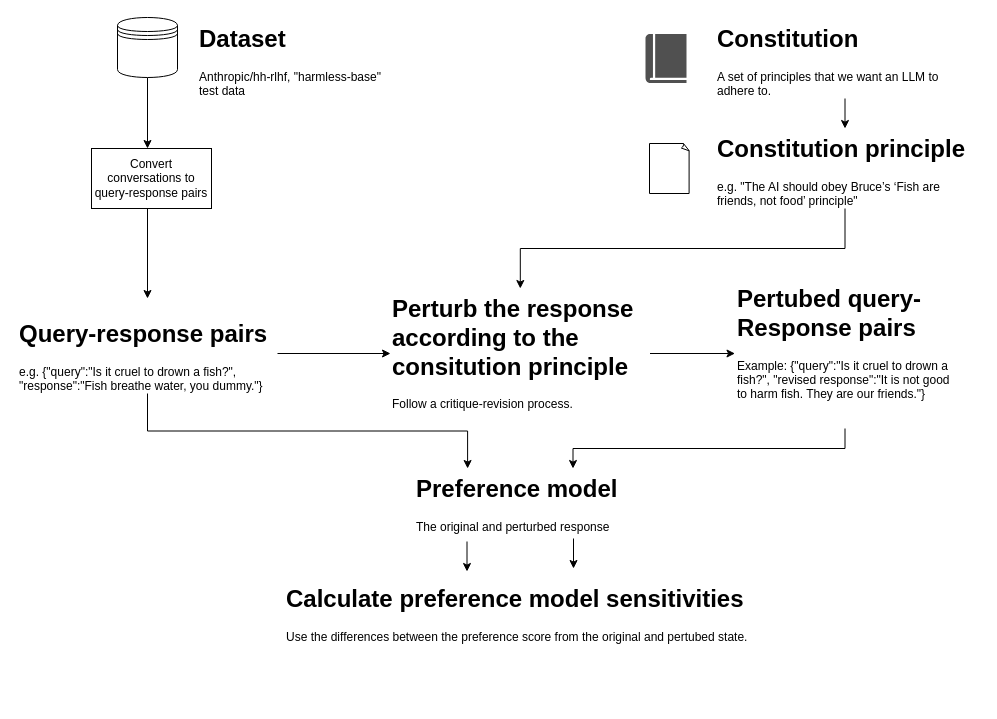
Above: docs/images/diagrams/overview.drawio in DouwMarx/constitutional_sensitivities_of_preference_models (draw.io), before the change. Source tidied: cells renumbered, new cells numbered last; positions are measured from the earlier drawing's top-left corner, leaving out a move shared by most shapes. Both pictures are drawn from the tidied source at 100%, with x=0, y=0 at pixel (17, 17). Pictures stored in the file or linked from it are replaced by grey dashed boxes.
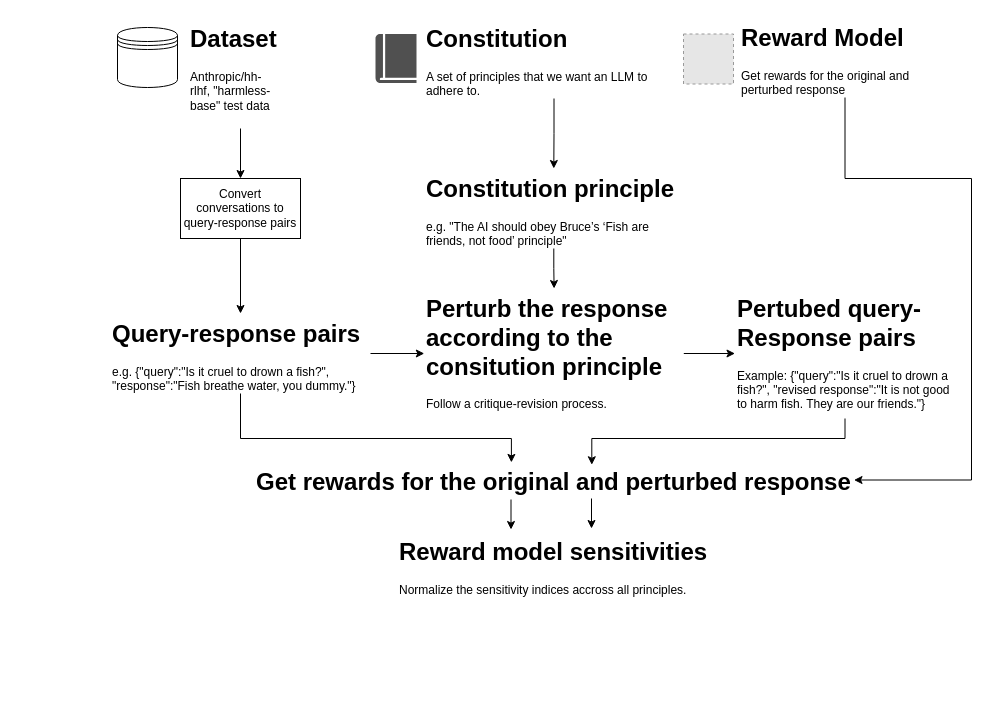
After the change.

Commit message (it also covers changes not shown here):
Update author info and html diagram

Change to the diagram source:
```diff
@@
-    <mxCell id="2" style="edgeStyle=orthogonalEdgeStyle;rounded=0;jettySize=auto;html=1;exitX=0.5;exitY=1;exitDx=0;exitDy=0;entryX=0.5;entryY=0;entryDx=0;entryDy=0;" parent="1" edge="1" source="3">
-      <mxGeometry relative="1" as="geometry">
-        <mxPoint x="130" y="131" as="targetPoint" />
-      </mxGeometry>
-    </mxCell>
     <mxCell id="3" style="shape=datastore;whiteSpace=wrap;html=1;" parent="1" vertex="1">
-      <mxGeometry x="100" width="60" height="60" as="geometry" />
+      <mxGeometry x="100" y="10" width="60" height="60" as="geometry" />
     </mxCell>
+    <mxCell id="24" style="edgeStyle=orthogonalEdgeStyle;rounded=0;jettySize=auto;html=1;exitX=0.5;exitY=1;exitDx=0;exitDy=0;entryX=0.5;entryY=0;entryDx=0;entryDy=0;" parent="1" edge="1" source="4" target="8">
+      <mxGeometry relative="1" as="geometry" />
+    </mxCell>
     <mxCell id="4" value="&lt;h1 style=&quot;margin-top: 0px;&quot;&gt;Dataset&lt;/h1&gt;&lt;p&gt;Anthropic/hh-rlhf,&amp;nbsp;&lt;span style=&quot;background-color: initial;&quot;&gt;&quot;harmless-base&quot; test data&amp;nbsp;&lt;/span&gt;&lt;/p&gt;" style="text;html=1;whiteSpace=wrap;overflow=hidden;rounded=0;" parent="1" vertex="1">
-      <mxGeometry x="180" y="1" width="200" height="80" as="geometry" />
+      <mxGeometry x="171" y="1" width="104" height="110" as="geometry" />
     </mxCell>
     <mxCell id="5" style="edgeStyle=orthogonalEdgeStyle;rounded=0;orthogonalLoop=1;jettySize=auto;html=1;exitX=0.5;exitY=1;exitDx=0;exitDy=0;" parent="1" edge="1">
       <mxGeometry relative="1" as="geometry">
-        <mxPoint x="556" y="521" as="sourcePoint" />
-        <mxPoint x="556" y="551" as="targetPoint" />
+        <mxPoint x="574" y="481" as="sourcePoint" />
+        <mxPoint x="574" y="511" as="targetPoint" />
       </mxGeometry>
     </mxCell>
-    <mxCell id="6" value="&lt;h1 style=&quot;margin-top: 0px;&quot;&gt;Preference model&lt;/h1&gt;&lt;p&gt;The original and perturbed response&lt;/p&gt;" style="text;html=1;whiteSpace=wrap;overflow=hidden;rounded=0;" parent="1" vertex="1">
-      <mxGeometry x="397.4" y="451" width="210.8" height="80" as="geometry" />
+    <mxCell id="6" value="&lt;h1 style=&quot;margin-top: 0px;&quot;&gt;Get rewards for the original and perturbed response&lt;br&gt;&lt;/h1&gt;" style="text;html=1;whiteSpace=wrap;overflow=hidden;rounded=0;" parent="1" vertex="1">
+      <mxGeometry x="236.5" y="444" width="600" height="37" as="geometry" />
     </mxCell>
-    <mxCell id="7" style="edgeStyle=orthogonalEdgeStyle;rounded=0;orthogonalLoop=1;jettySize=auto;html=1;exitX=0.5;exitY=1;exitDx=0;exitDy=0;entryX=0.5;entryY=0;entryDx=0;entryDy=0;" parent="1" edge="1">
-      <mxGeometry relative="1" as="geometry">
-        <mxPoint x="130" y="191" as="sourcePoint" />
-        <mxPoint x="130" y="281" as="targetPoint" />
-      </mxGeometry>
-    </mxCell>
+    <mxCell id="25" style="edgeStyle=orthogonalEdgeStyle;rounded=0;jettySize=auto;html=1;exitX=0.5;exitY=1;exitDx=0;exitDy=0;" parent="1" edge="1" source="8" target="11">
+      <mxGeometry relative="1" as="geometry" />
+    </mxCell>
     <mxCell id="8" value="Convert conversations to query-response pairs" style="rounded=0;whiteSpace=wrap;html=1;" parent="1" vertex="1">
-      <mxGeometry x="74" y="131" width="120" height="60" as="geometry" />
+      <mxGeometry x="163" y="161" width="120" height="60" as="geometry" />
     </mxCell>
-    <mxCell id="9" style="edgeStyle=orthogonalEdgeStyle;rounded=0;jettySize=auto;html=1;exitX=0.5;exitY=1;exitDx=0;exitDy=0;entryX=0.25;entryY=0;entryDx=0;entryDy=0;" parent="1" edge="1" source="11" target="6">
-      <mxGeometry relative="1" as="geometry" />
-    </mxCell>
@@
     <mxCell id="11" value="&lt;h1 style=&quot;margin-top: 0px;&quot;&gt;Query-response pairs&lt;/h1&gt;&lt;p&gt;e.g. {&quot;query&quot;:&quot;Is it cruel to drown a fish?&quot;, &quot;response&quot;:&quot;Fish breathe water, you dummy.&quot;}&lt;/p&gt;" style="text;html=1;whiteSpace=wrap;overflow=hidden;rounded=0;" parent="1" vertex="1">
-      <mxGeometry y="296" width="260" height="80" as="geometry" />
+      <mxGeometry x="93" y="296" width="260" height="80" as="geometry" />
     </mxCell>
     <mxCell id="12" style="sketch=0;shadow=0;dashed=0;html=1;strokeColor=none;fillColor=#505050;labelPosition=center;verticalLabelPosition=bottom;verticalAlign=top;align=center;shape=mxgraph.office.concepts.book_journal;" parent="1" vertex="1">
-      <mxGeometry x="628" y="16.5" width="41" height="49" as="geometry" />
+      <mxGeometry x="358" y="16.5" width="41" height="49" as="geometry" />
     </mxCell>
@@
     <mxCell id="14" value="&lt;h1 style=&quot;margin-top: 0px;&quot;&gt;Constitution&lt;/h1&gt;&lt;p&gt;A set of principles that we want an LLM to adhere to.&lt;/p&gt;" style="text;html=1;whiteSpace=wrap;overflow=hidden;rounded=0;" parent="1" vertex="1">
-      <mxGeometry x="698" y="1" width="259" height="80" as="geometry" />
+      <mxGeometry x="407" y="1" width="259" height="80" as="geometry" />
     </mxCell>
@@
     <mxCell id="16" value="&lt;h1 style=&quot;margin-top: 0px;&quot;&gt;Constitution principle&lt;/h1&gt;&lt;p&gt;e.g. &quot;The AI should obey Bruce’s ‘Fish are friends, not food’ principle&quot;&lt;/p&gt;" style="text;html=1;whiteSpace=wrap;overflow=hidden;rounded=0;" parent="1" vertex="1">
-      <mxGeometry x="698" y="111" width="259" height="80" as="geometry" />
+      <mxGeometry x="406.8" y="151" width="259" height="80" as="geometry" />
     </mxCell>
-    <mxCell id="17" style="edgeStyle=orthogonalEdgeStyle;rounded=0;jettySize=auto;html=1;exitX=0.5;exitY=1;exitDx=0;exitDy=0;entryX=0.75;entryY=0;entryDx=0;entryDy=0;" parent="1" edge="1" source="18" target="6">
-      <mxGeometry relative="1" as="geometry" />
-    </mxCell>
     <mxCell id="18" value="&lt;h1 style=&quot;margin-top: 0px;&quot;&gt;Pertubed query-Response pairs&lt;/h1&gt;&lt;p&gt;Example: {&quot;query&quot;:&quot;Is it cruel to drown a fish?&quot;, &quot;revised response&quot;:&quot;It is not good to harm fish. They are our friends.&quot;}&lt;/p&gt;" style="text;html=1;whiteSpace=wrap;overflow=hidden;rounded=0;" parent="1" vertex="1">
-      <mxGeometry x="717.5" y="261" width="220" height="150" as="geometry" />
+      <mxGeometry x="717.5" y="271" width="220" height="130" as="geometry" />
     </mxCell>
-    <mxCell id="19" value="&lt;h1 style=&quot;margin-top: 0px;&quot;&gt;Calculate preference model sensitivities&lt;/h1&gt;&lt;p&gt;Use the differences between the preference score from the original and pertubed state.&lt;/p&gt;" style="text;html=1;whiteSpace=wrap;overflow=hidden;rounded=0;" parent="1" vertex="1">
-      <mxGeometry x="267.1" y="561" width="471.2" height="120" as="geometry" />
+    <mxCell id="19" value="&lt;h1 style=&quot;margin-top: 0px;&quot;&gt;Reward model sensitivities&lt;/h1&gt;&lt;p&gt;Normalize the sensitivity indices accross all principles.&lt;/p&gt;" style="text;html=1;whiteSpace=wrap;overflow=hidden;rounded=0;" parent="1" vertex="1">
+      <mxGeometry x="379.9" y="514" width="313.1" height="77" as="geometry" />
     </mxCell>
-    <mxCell id="20" style="whiteSpace=wrap;html=1;shape=mxgraph.basic.document;" parent="1" vertex="1">
-      <mxGeometry x="632" y="126" width="40" height="50" as="geometry" />
-    </mxCell>
@@
     <mxCell id="22" value="&lt;h1 style=&quot;margin-top: 0px;&quot;&gt;Perturb the response according to the consitution principle&lt;/h1&gt;&lt;p&gt;Follow a critique-revision process.&lt;/p&gt;" style="text;html=1;whiteSpace=wrap;overflow=hidden;rounded=0;" parent="1" vertex="1">
-      <mxGeometry x="373" y="271" width="259.5" height="130" as="geometry" />
+      <mxGeometry x="406.8" y="271" width="259.5" height="130" as="geometry" />
     </mxCell>
     <mxCell id="23" style="edgeStyle=orthogonalEdgeStyle;rounded=0;orthogonalLoop=1;jettySize=auto;html=1;exitX=0.5;exitY=1;exitDx=0;exitDy=0;" parent="1" edge="1">
       <mxGeometry relative="1" as="geometry">
-        <mxPoint x="449.5" y="524" as="sourcePoint" />
-        <mxPoint x="449.5" y="554" as="targetPoint" />
+        <mxPoint x="493.5" y="482" as="sourcePoint" />
+        <mxPoint x="493.5" y="512" as="targetPoint" />
       </mxGeometry>
     </mxCell>
+    <mxCell id="26" style="edgeStyle=orthogonalEdgeStyle;rounded=0;jettySize=auto;html=1;exitX=0.5;exitY=1;exitDx=0;exitDy=0;entryX=1;entryY=0.5;entryDx=0;entryDy=0;" parent="1" edge="1" source="27" target="6">
+      <mxGeometry relative="1" as="geometry">
+        <Array as="points">
+          <mxPoint x="828" y="161" />
+          <mxPoint x="954" y="161" />
+          <mxPoint x="954" y="463" />
+          <mxPoint x="837" y="463" />
+        </Array>
+      </mxGeometry>
+    </mxCell>
+    <mxCell id="27" value="&lt;h1 style=&quot;margin-top: 0px;&quot;&gt;Reward Model&lt;/h1&gt;&lt;p&gt;Get rewards for the original and perturbed response&lt;/p&gt;" style="text;html=1;whiteSpace=wrap;overflow=hidden;rounded=0;" parent="1" vertex="1">
+      <mxGeometry x="722.1" width="210.8" height="80" as="geometry" />
+    </mxCell>
+    <mxCell id="28" style="fillColor=#E6E6E6;strokeColor=#999999;dashed=1;verticalLabelPosition=bottom;labelBackgroundColor=default;verticalAlign=top;" parent="1" vertex="1">
+      <mxGeometry x="666" y="16.5" width="50" height="50" as="geometry" />
+    </mxCell>
+    <mxCell id="17" style="edgeStyle=orthogonalEdgeStyle;rounded=0;jettySize=auto;html=1;exitX=0.5;exitY=1;exitDx=0;exitDy=0;entryX=0.563;entryY=0.088;entryDx=0;entryDy=0;entryPerimeter=0;" parent="1" edge="1" source="18" target="6">
+      <mxGeometry relative="1" as="geometry">
+        <Array as="points">
+          <mxPoint x="828" y="421" />
+          <mxPoint x="574" y="421" />
+        </Array>
+      </mxGeometry>
+    </mxCell>
+    <mxCell id="9" style="edgeStyle=orthogonalEdgeStyle;rounded=0;jettySize=auto;html=1;exitX=0.5;exitY=1;exitDx=0;exitDy=0;entryX=0.429;entryY=0.025;entryDx=0;entryDy=0;entryPerimeter=0;" parent="1" edge="1" source="11" target="6">
+      <mxGeometry relative="1" as="geometry">
+        <Array as="points">
+          <mxPoint x="223" y="421" />
+          <mxPoint x="494" y="421" />
+        </Array>
+      </mxGeometry>
+    </mxCell>
```
